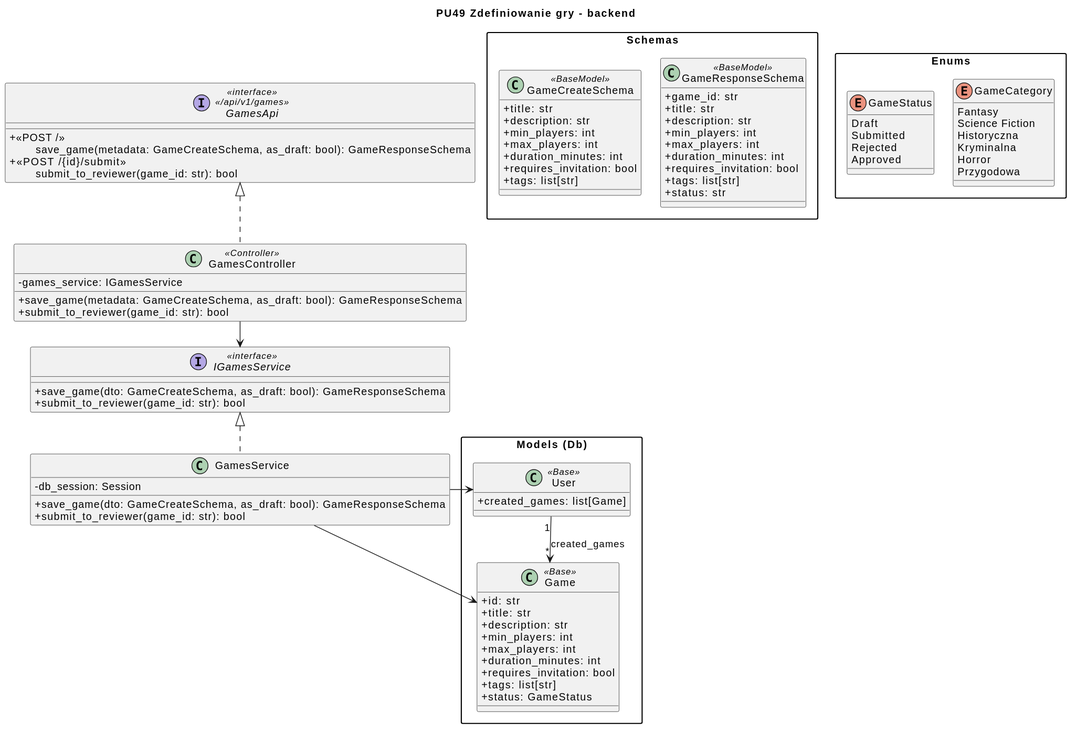
Above: diagrams/backend/rendered/game-definition.svg in Igor-Ochocki/POP-2026Z (PlantUML), before the change. Its diagram source:
```plantuml
@startuml
skinparam classAttributeIconSize 0
skinparam packageStyle rectangle
skinparam shadowing false
skinparam roundcorner 4
skinparam nodesep 26
skinparam ranksep 34
skinparam linetype polyline

title PU49 Zdefiniowanie gry - backend

interface GamesApi <<interface>>\n<< /api/v1/games >> {
    + <<POST / >>\n\tsave_game(metadata: GameCreateSchema, as_draft: bool): GameResponseSchema
    + <<POST /{id}/submit >>\n\tsubmit_to_reviewer(game_id: str): bool
}

class GamesController <<Controller>> {
    - games_service: IGamesService
    + save_game(metadata: GameCreateSchema, as_draft: bool): GameResponseSchema
    + submit_to_reviewer(game_id: str): bool
}

interface IGamesService <<interface>> {
    + save_game(dto: GameCreateSchema, as_draft: bool): GameResponseSchema
    + submit_to_reviewer(game_id: str): bool
}

class GamesService {
    - db_session: Session
    + save_game(dto: GameCreateSchema, as_draft: bool): GameResponseSchema
    + submit_to_reviewer(game_id: str): bool
}

package "Schemas" {
    class GameCreateSchema <<BaseModel>> {
        + title: str
        + description: str
        + min_players: int
        + max_players: int
        + duration_minutes: int
        + requires_invitation: bool
        + tags: list[str]
    }

    class GameResponseSchema <<BaseModel>> {
        + game_id: str
        + title: str
        + description: str
        + min_players: int
        + max_players: int
        + duration_minutes: int
        + requires_invitation: bool
        + tags: list[str]
        + status: str
    }
}

package "Models (Db)" as models {
    class Game <<Base>> {
        + id: str
        + title: str
        + description: str
        + min_players: int
        + max_players: int
        + duration_minutes: int
        + requires_invitation: bool
        + tags: list[str]
        + status: GameStatus
    }

    class User <<Base>> {
        + created_games: list[Game]
    }
}

package "Enums"{
    enum GameStatus {
        Draft
        Submitted
        Rejected
        Approved
    }

    enum GameCategory {
        Fantasy
        Science Fiction
        Historyczna
        Kryminalna
        Horror
        Przygodowa
    }
}

GamesService .up.|> IGamesService
GamesController .up.|> GamesApi

GamesService -right-> Game
GamesService -right-> User


GamesController --> IGamesService


User "1" --> "*" Game : created_games
@enduml
```
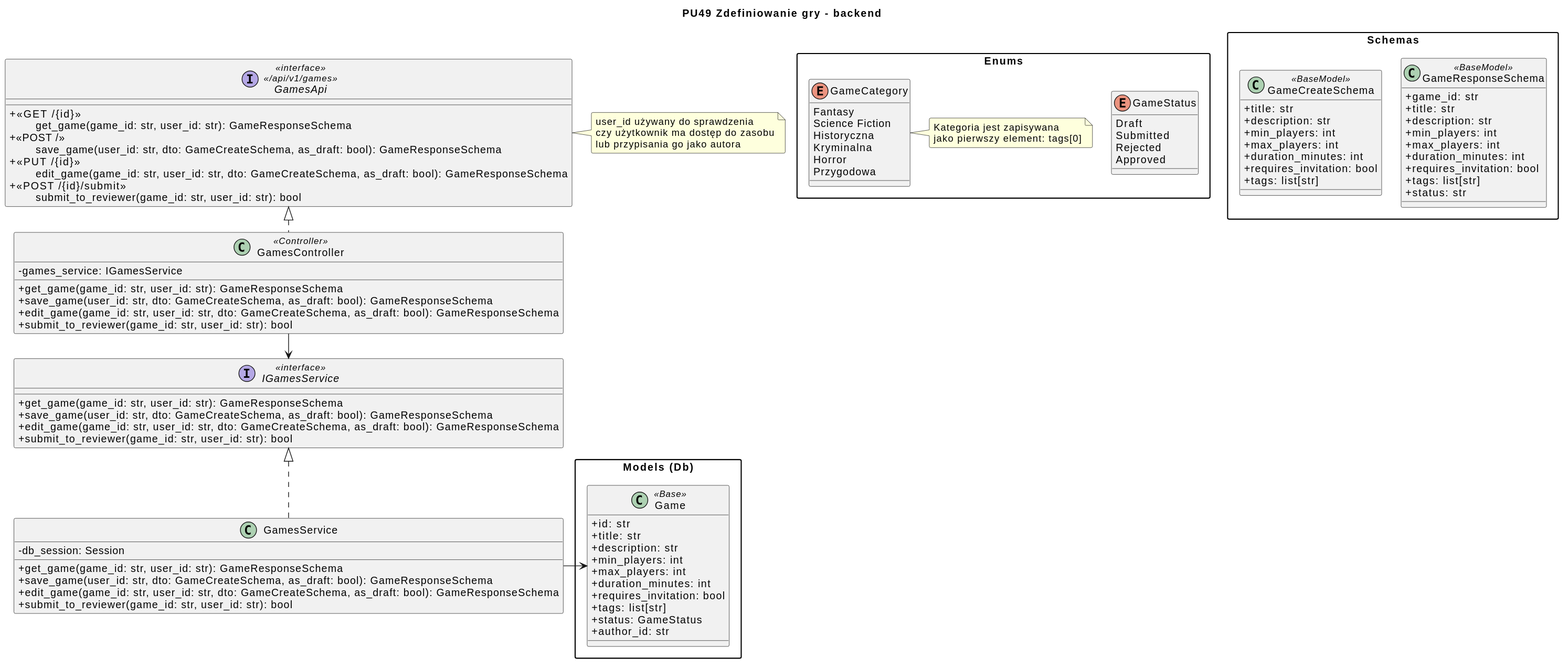
After the change.

Commit message:
PU49: backend poprawa i uzupełnienie diagramu o brakujące endpointy

Change to the diagram source:
```diff
@@ -10,25 +10,39 @@
 title PU49 Zdefiniowanie gry - backend
 
 interface GamesApi <<interface>>\n<< /api/v1/games >> {
-    + <<POST / >>\n\tsave_game(metadata: GameCreateSchema, as_draft: bool): GameResponseSchema
-    + <<POST /{id}/submit >>\n\tsubmit_to_reviewer(game_id: str): bool
+    + <<GET /{id} >>\n\tget_game(game_id: str, user_id: str): GameResponseSchema
+    + <<POST / >>\n\tsave_game(user_id: str, dto: GameCreateSchema, as_draft: bool): GameResponseSchema
+    + <<PUT /{id} >>\n\tedit_game(game_id: str, user_id: str, dto: GameCreateSchema, as_draft: bool): GameResponseSchema
+    + <<POST /{id}/submit >>\n\tsubmit_to_reviewer(game_id: str, user_id: str): bool
+}
+
+note right of GamesApi {
+    user_id używany do sprawdzenia
+    czy użytkownik ma dostęp do zasobu
+    lub przypisania go jako autora
 }
 
 class GamesController <<Controller>> {
     - games_service: IGamesService
-    + save_game(metadata: GameCreateSchema, as_draft: bool): GameResponseSchema
-    + submit_to_reviewer(game_id: str): bool
+    + get_game(game_id: str, user_id: str): GameResponseSchema
+    + save_game(user_id: str, dto: GameCreateSchema, as_draft: bool): GameResponseSchema
+    + edit_game(game_id: str, user_id: str, dto: GameCreateSchema, as_draft: bool): GameResponseSchema
+    + submit_to_reviewer(game_id: str, user_id: str): bool
 }
 
 interface IGamesService <<interface>> {
-    + save_game(dto: GameCreateSchema, as_draft: bool): GameResponseSchema
-    + submit_to_reviewer(game_id: str): bool
+    + get_game(game_id: str, user_id: str): GameResponseSchema
+    + save_game(user_id: str, dto: GameCreateSchema, as_draft: bool): GameResponseSchema
+    + edit_game(game_id: str, user_id: str, dto: GameCreateSchema, as_draft: bool): GameResponseSchema
+    + submit_to_reviewer(game_id: str, user_id: str): bool
 }
 
 class GamesService {
     - db_session: Session
-    + save_game(dto: GameCreateSchema, as_draft: bool): GameResponseSchema
-    + submit_to_reviewer(game_id: str): bool
+    + get_game(game_id: str, user_id: str): GameResponseSchema
+    + save_game(user_id: str, dto: GameCreateSchema, as_draft: bool): GameResponseSchema
+    + edit_game(game_id: str, user_id: str, dto: GameCreateSchema, as_draft: bool): GameResponseSchema
+    + submit_to_reviewer(game_id: str, user_id: str): bool
 }
 
 package "Schemas" {
@@ -66,10 +80,7 @@
         + requires_invitation: bool
         + tags: list[str]
         + status: GameStatus
-    }
-
-    class User <<Base>> {
-        + created_games: list[Game]
+        + author_id: str
     }
 }
 
@@ -89,17 +100,19 @@
         Horror
         Przygodowa
     }
+
+    note right of GameCategory
+        Kategoria jest zapisywana
+        jako pierwszy element: tags[0]
+    end note
 }
 
 GamesService .up.|> IGamesService
 GamesController .up.|> GamesApi
 
 GamesService -right-> Game
-GamesService -right-> User
+
 
 
 GamesController --> IGamesService
-
-
-User "1" --> "*" Game : created_games
 @enduml
```
